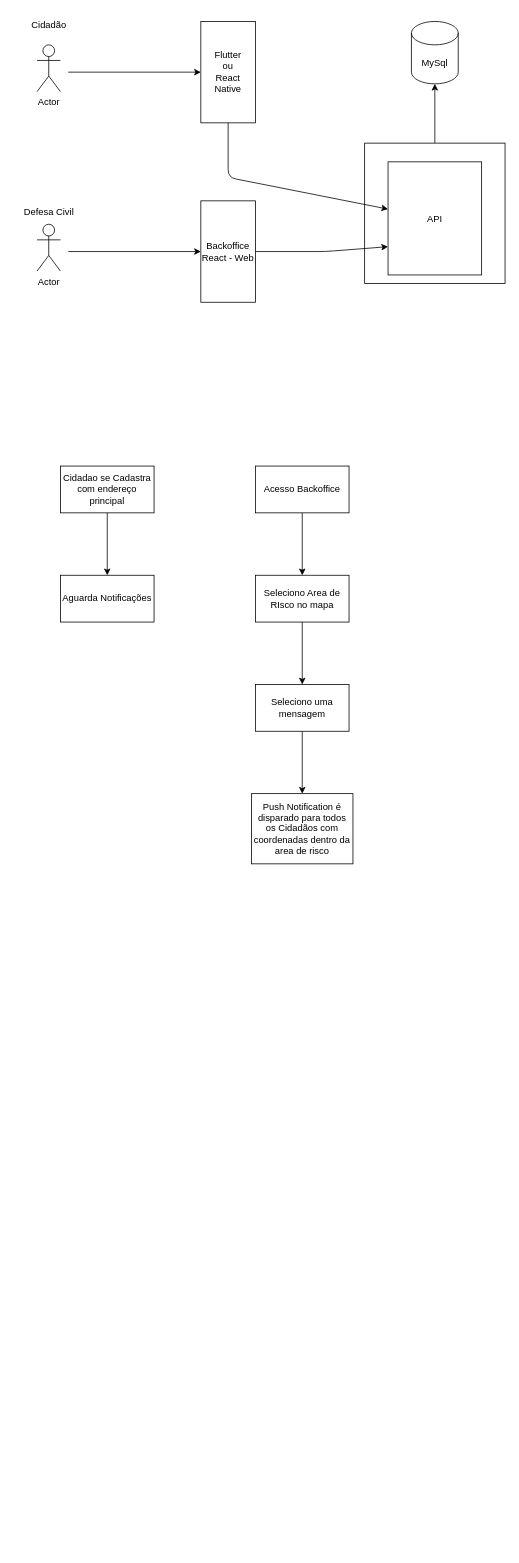
Above: fluxo.drawio in frittas/PROJINT6SEM-EC (draw.io), before the change. Source tidied: cells renumbered, new cells numbered last; positions are measured from the earlier drawing's top-left corner, leaving out a move shared by most shapes. Both pictures are drawn from the tidied source at 78%, with x=0, y=0 at pixel (13, 13).
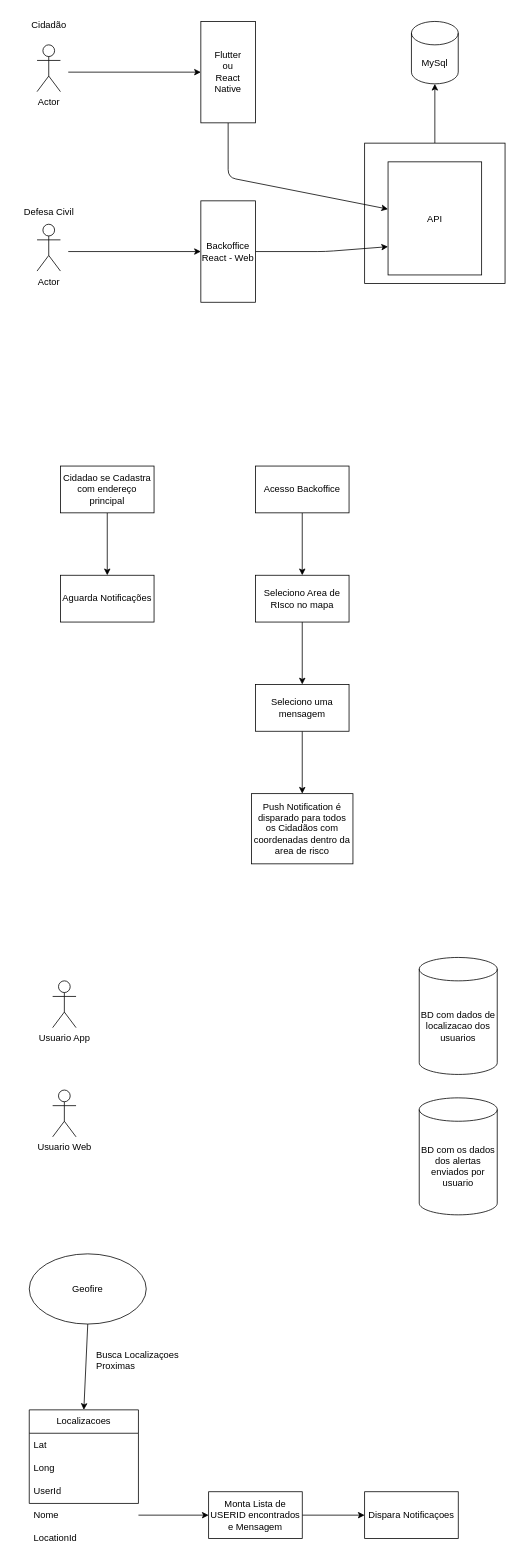
The same page after the edit.

Change to the diagram source:
```diff
@@
+    <mxCell id="26" value="BD com dados de localizacao dos usuarios" style="shape=cylinder3;whiteSpace=wrap;html=1;boundedLbl=1;backgroundOutline=1;size=15;" parent="1" vertex="1">
+      <mxGeometry x="520" y="1210" width="100" height="150" as="geometry" />
+    </mxCell>
+    <mxCell id="27" value="BD com os dados dos alertas enviados por usuario" style="shape=cylinder3;whiteSpace=wrap;html=1;boundedLbl=1;backgroundOutline=1;size=15;" parent="1" vertex="1">
+      <mxGeometry x="520" y="1390" width="100" height="150" as="geometry" />
+    </mxCell>
+    <mxCell id="28" value="Usuario App" style="shape=umlActor;verticalLabelPosition=bottom;verticalAlign=top;html=1;" parent="1" vertex="1">
+      <mxGeometry x="50" y="1240" width="30" height="60" as="geometry" />
+    </mxCell>
+    <mxCell id="29" value="Usuario Web" style="shape=umlActor;verticalLabelPosition=bottom;verticalAlign=top;html=1;" parent="1" vertex="1">
+      <mxGeometry x="50" y="1380" width="30" height="60" as="geometry" />
+    </mxCell>
+    <mxCell id="30" value="Localizacoes" style="swimlane;fontStyle=0;horizontal=1;startSize=30;whiteSpace=wrap;html=1;" parent="1" vertex="1">
+      <mxGeometry x="20" y="1790" width="140" height="120" as="geometry" />
+    </mxCell>
+    <mxCell id="31" value="Lat" style="text;strokeColor=none;fillColor=none;align=left;verticalAlign=middle;spacingLeft=4;spacingRight=4;overflow=hidden;whiteSpace=wrap;html=1;" parent="30" vertex="1">
+      <mxGeometry y="30" width="140" height="30" as="geometry" />
+    </mxCell>
+    <mxCell id="32" value="Long" style="text;strokeColor=none;fillColor=none;align=left;verticalAlign=middle;spacingLeft=4;spacingRight=4;overflow=hidden;whiteSpace=wrap;html=1;" parent="30" vertex="1">
+      <mxGeometry y="60" width="140" height="30" as="geometry" />
+    </mxCell>
+    <mxCell id="33" value="UserId" style="text;strokeColor=none;fillColor=none;align=left;verticalAlign=middle;spacingLeft=4;spacingRight=4;overflow=hidden;whiteSpace=wrap;html=1;" parent="30" vertex="1">
+      <mxGeometry y="90" width="140" height="30" as="geometry" />
+    </mxCell>
+    <mxCell id="34" style="edgeStyle=none;html=1;" parent="1" edge="1" source="35" target="41">
+      <mxGeometry relative="1" as="geometry" />
+    </mxCell>
+    <mxCell id="35" value="Nome" style="text;strokeColor=none;fillColor=none;align=left;verticalAlign=middle;spacingLeft=4;spacingRight=4;overflow=hidden;points=[[0,0.5],[1,0.5]];portConstraint=eastwest;whiteSpace=wrap;html=1;" parent="1" vertex="1">
+      <mxGeometry x="20" y="1910" width="140" height="30" as="geometry" />
+    </mxCell>
+    <mxCell id="36" value="LocationId" style="text;strokeColor=none;fillColor=none;align=left;verticalAlign=middle;spacingLeft=4;spacingRight=4;overflow=hidden;whiteSpace=wrap;html=1;" parent="1" vertex="1">
+      <mxGeometry x="20" y="1940" width="140" height="30" as="geometry" />
+    </mxCell>
+    <mxCell id="37" style="edgeStyle=none;html=1;exitX=0.5;exitY=1;exitDx=0;exitDy=0;entryX=0.5;entryY=0;entryDx=0;entryDy=0;" parent="1" edge="1" source="38" target="30">
+      <mxGeometry relative="1" as="geometry" />
+    </mxCell>
+    <mxCell id="38" value="Geofire" style="ellipse;whiteSpace=wrap;html=1;" parent="1" vertex="1">
+      <mxGeometry x="20" y="1590" width="150" height="90" as="geometry" />
+    </mxCell>
+    <mxCell id="39" value="Busca Localizaçoes Proximas" style="text;strokeColor=none;fillColor=none;align=left;verticalAlign=middle;spacingLeft=4;spacingRight=4;overflow=hidden;whiteSpace=wrap;html=1;" parent="1" vertex="1">
+      <mxGeometry x="100" y="1710" width="140" height="30" as="geometry" />
+    </mxCell>
+    <mxCell id="40" style="edgeStyle=none;html=1;" parent="1" edge="1" source="41" target="42">
+      <mxGeometry relative="1" as="geometry" />
+    </mxCell>
+    <mxCell id="41" value="Monta Lista de USERID encontrados e Mensagem" style="whiteSpace=wrap;html=1;" parent="1" vertex="1">
+      <mxGeometry x="250" y="1895" width="120" height="60" as="geometry" />
+    </mxCell>
+    <mxCell id="42" value="Dispara Notificaçoes" style="whiteSpace=wrap;html=1;" parent="1" vertex="1">
+      <mxGeometry x="450" y="1895" width="120" height="60" as="geometry" />
+    </mxCell>
```
